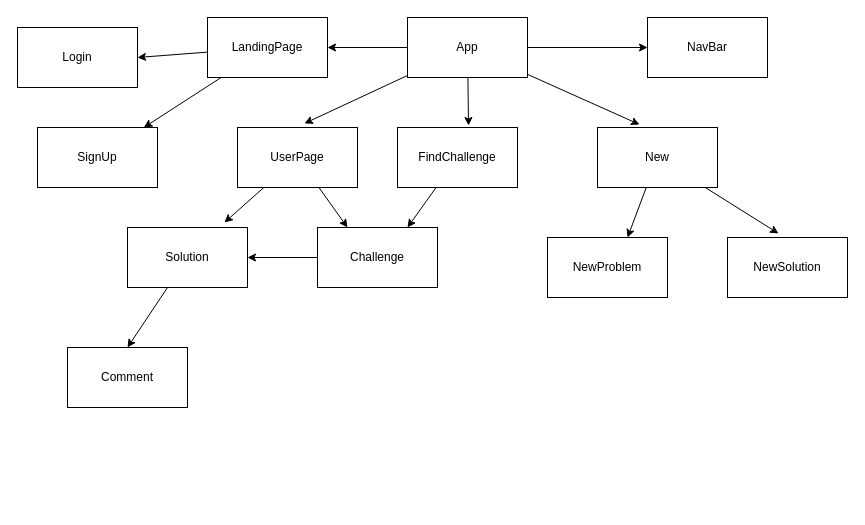
This is client/wireframe.drawio from HagayHaut/algo-db, a draw.io file, before an edit. Source tidied: cells renumbered, new cells numbered last; positions are measured from the earlier drawing's top-left corner, leaving out a move shared by most shapes. Both pictures are drawn from the tidied source at 100%, with x=0, y=0 at pixel (17, 17).
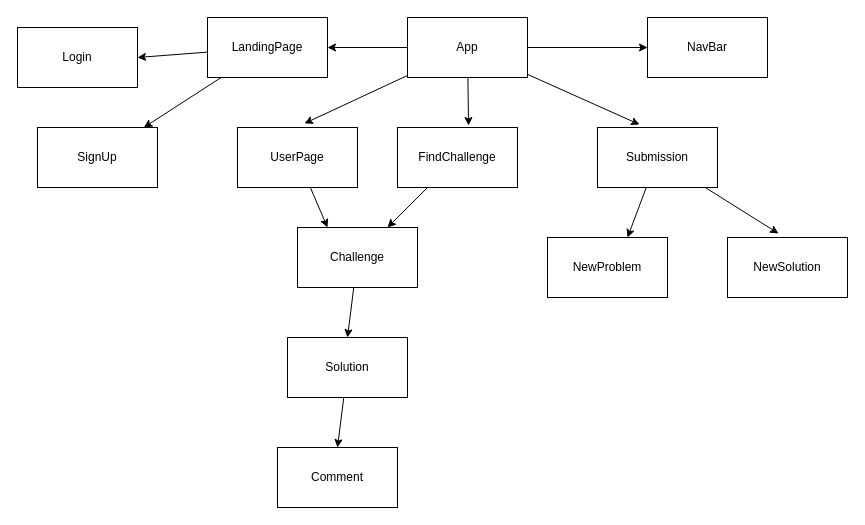
After the change.

Commit message:
update wireframe to current frontend structure

Unchanged cells that the change refers to:
```xml
<mxCell id="16" value="UserPage" style="whiteSpace=wrap;html=1;" parent="1" vertex="1">
  <mxGeometry x="220" y="110" width="120" height="60" as="geometry" />
</mxCell>
```

The edit, as a diff of the source:
```diff
@@
-    <mxCell id="15" style="edgeStyle=none;html=1;entryX=0.808;entryY=-0.083;entryDx=0;entryDy=0;entryPerimeter=0;" parent="1" edge="1" source="16" target="27">
-      <mxGeometry relative="1" as="geometry" />
-    </mxCell>
@@
-    <mxCell id="21" value="New" style="whiteSpace=wrap;html=1;" parent="1" vertex="1">
+    <mxCell id="21" value="Submission" style="whiteSpace=wrap;html=1;" parent="1" vertex="1">
       <mxGeometry x="580" y="110" width="120" height="60" as="geometry" />
     </mxCell>
@@
-    <mxCell id="24" style="edgeStyle=none;html=1;entryX=1;entryY=0.5;entryDx=0;entryDy=0;" parent="1" edge="1" source="25" target="27">
+    <mxCell id="24" style="edgeStyle=none;html=1;entryX=0.5;entryY=0;entryDx=0;entryDy=0;" parent="1" edge="1" source="25" target="27">
       <mxGeometry relative="1" as="geometry" />
     </mxCell>
     <mxCell id="25" value="Challenge" style="whiteSpace=wrap;html=1;" parent="1" vertex="1">
-      <mxGeometry x="300" y="210" width="120" height="60" as="geometry" />
+      <mxGeometry x="280" y="210" width="120" height="60" as="geometry" />
     </mxCell>
@@
     <mxCell id="27" value="Solution" style="whiteSpace=wrap;html=1;" parent="1" vertex="1">
-      <mxGeometry x="110" y="210" width="120" height="60" as="geometry" />
+      <mxGeometry x="270" y="320" width="120" height="60" as="geometry" />
     </mxCell>
     <mxCell id="28" value="Comment" style="whiteSpace=wrap;html=1;" parent="1" vertex="1">
-      <mxGeometry x="50" y="330" width="120" height="60" as="geometry" />
+      <mxGeometry x="260" y="430" width="120" height="60" as="geometry" />
     </mxCell>
```
